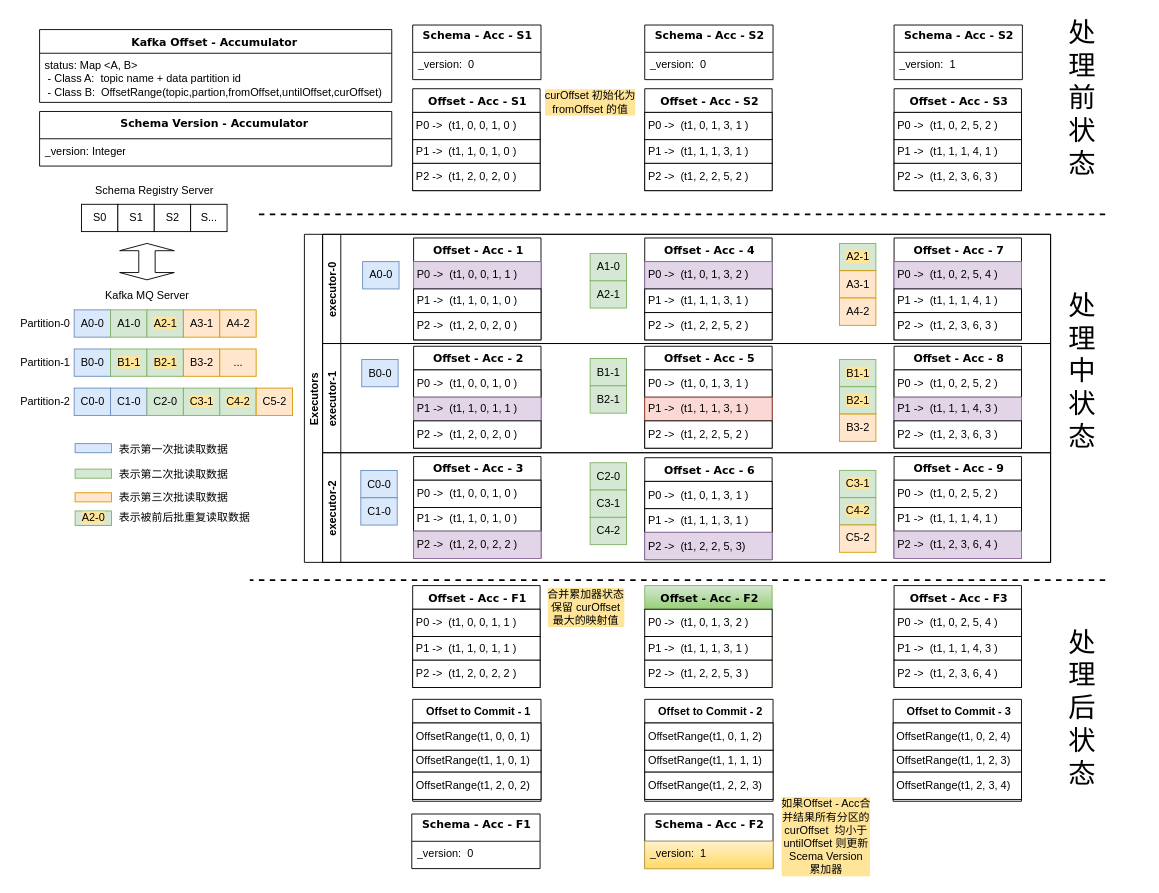
The draw.io diagram page "Schema更新处理" (1 of 2) of docs/spark-kafka-to-iceberg.drawio in longredhao/kafka-to-iceberg-spark, before the edit. Source tidied: cells renumbered, new cells numbered last; positions are measured from the earlier drawing's top-left corner, leaving out a move shared by most shapes. Both pictures are drawn from the tidied source at 91%, with x=0, y=0 at pixel (15, 25).
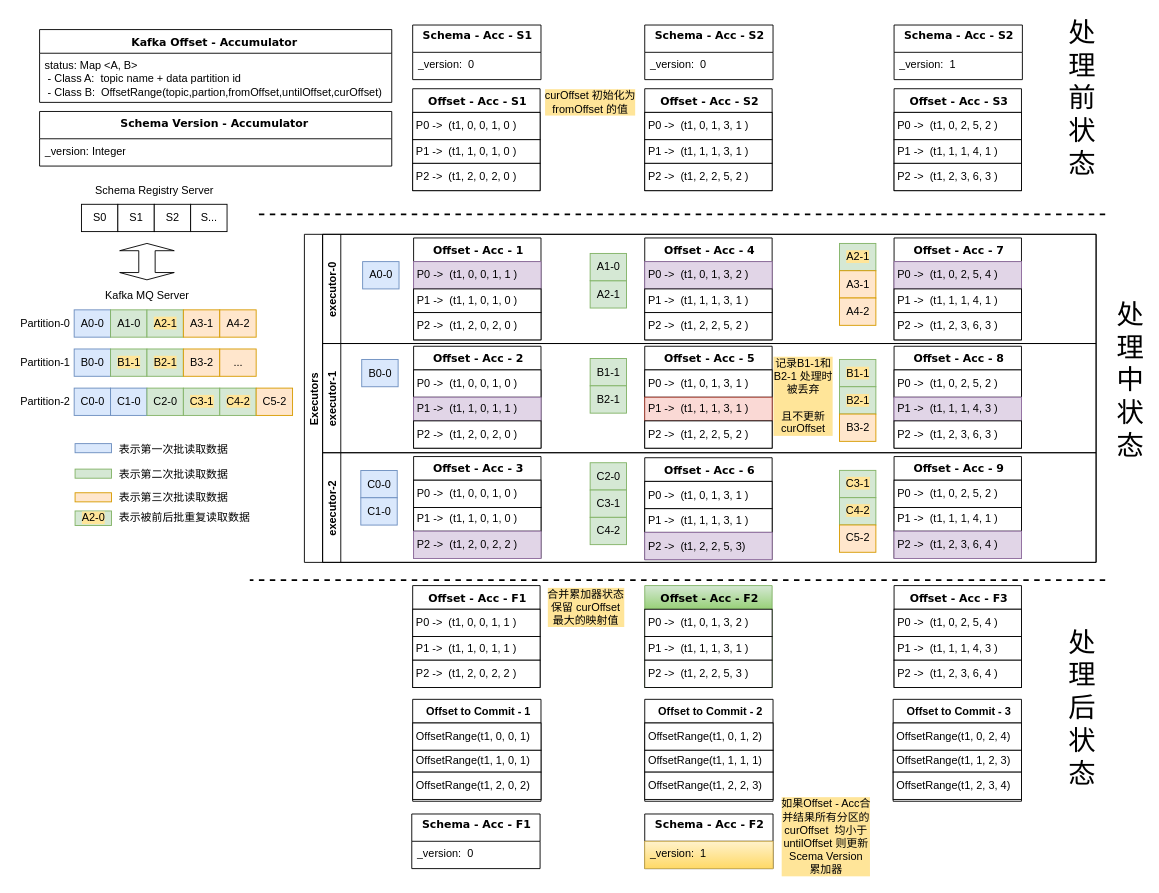
The same page after the edit.

Diff of the diagram source:
```diff
@@
     <mxCell id="7" value="Executors" style="swimlane;horizontal=0;startSize=20;fillColor=none;" parent="1" vertex="1">
-      <mxGeometry x="317" y="230" width="820" height="360.5" as="geometry" />
+      <mxGeometry x="317" y="230" width="870" height="360.5" as="geometry" />
     </mxCell>
     <mxCell id="8" value="executor-0" style="swimlane;startSize=20;horizontal=0;fillColor=none;" parent="7" vertex="1">
-      <mxGeometry x="20" width="800" height="120" as="geometry" />
+      <mxGeometry x="20" width="850" height="120" as="geometry" />
     </mxCell>
@@
     <mxCell id="30" value="executor-1" style="swimlane;startSize=20;horizontal=0;fillColor=none;" parent="7" vertex="1">
-      <mxGeometry x="20" y="120" width="800" height="120" as="geometry" />
+      <mxGeometry x="20" y="120" width="850" height="120" as="geometry" />
     </mxCell>
@@
+    <mxCell id="164" value="记录B1-1和&lt;br&gt;B2-1 处理时&lt;br&gt;被丢弃&lt;br&gt;&lt;br&gt;且不更新&lt;br&gt;curOffset" style="text;html=1;align=center;verticalAlign=middle;fillColor=none;strokeColor=none;rounded=0;labelBackgroundColor=#FFE599;fontColor=#000000;" parent="30" vertex="1">
+      <mxGeometry x="488" y="12.5" width="80" height="90" as="geometry" />
+    </mxCell>
     <mxCell id="52" value="executor-2" style="swimlane;startSize=20;horizontal=0;fillColor=none;" parent="7" vertex="1">
-      <mxGeometry x="20" y="240" width="800" height="120.5" as="geometry" />
+      <mxGeometry x="20" y="240" width="850" height="120.5" as="geometry" />
     </mxCell>
@@
     <mxCell id="161" value="处理中状态" style="whiteSpace=wrap;html=1;align=center;labelBackgroundColor=none;fontSize=30;fontColor=#000000;fillColor=none;strokeColor=none;" parent="1" vertex="1">
-      <mxGeometry x="1157" y="310" width="30" height="140" as="geometry" />
+      <mxGeometry x="1210" y="320" width="30" height="140" as="geometry" />
     </mxCell>
```
